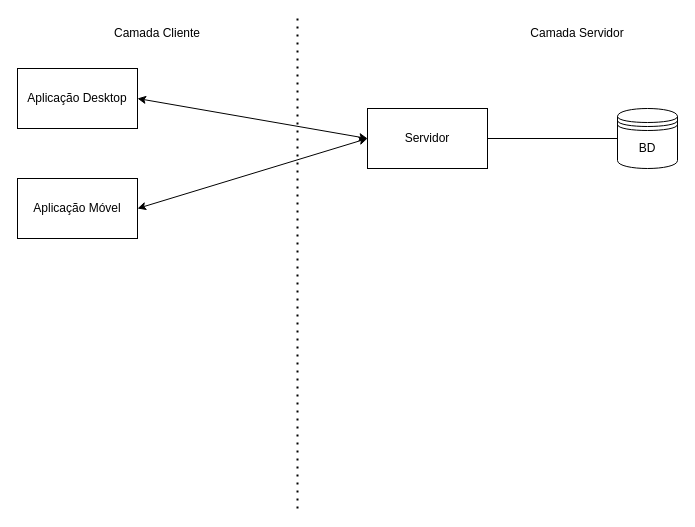
sanychiquetti/mba-qualidade-software keeps this draw.io diagram as Diagrama sem nome.drawio. Above is the earlier version. Source tidied: cells renumbered, new cells numbered last; positions are measured from the earlier drawing's top-left corner, leaving out a move shared by most shapes. Both pictures are drawn from the tidied source at 100%, with x=0, y=0 at pixel (17, 18).
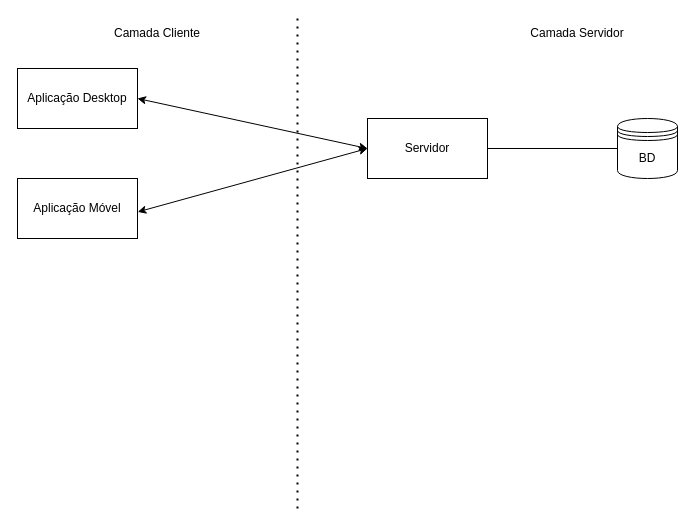
The same diagram, later.

Change to the diagram source:
```diff
@@
 <mxGraphModel>
   <root>
     <mxCell id="0" />
     <mxCell id="1" parent="0" />
     <mxCell id="2" style="endArrow=none;dashed=1;html=1;dashPattern=1 3;strokeWidth=2;rounded=0;" parent="1" edge="1">
       <mxGeometry relative="1" as="geometry">
         <mxPoint x="280" y="490" as="sourcePoint" />
         <mxPoint x="280" as="targetPoint" />
       </mxGeometry>
     </mxCell>
     <mxCell id="3" value="Camada Cliente&lt;br&gt;" style="text;html=1;strokeColor=none;fillColor=none;align=center;verticalAlign=middle;whiteSpace=wrap;rounded=0;" parent="1" vertex="1">
       <mxGeometry x="90" width="100" height="30" as="geometry" />
     </mxCell>
     <mxCell id="4" value="Camada Servidor&lt;br&gt;" style="text;html=1;strokeColor=none;fillColor=none;align=center;verticalAlign=middle;whiteSpace=wrap;rounded=0;" parent="1" vertex="1">
       <mxGeometry x="500" width="120" height="30" as="geometry" />
     </mxCell>
     <mxCell id="5" value="Aplicação Desktop&lt;br&gt;" style="rounded=0;whiteSpace=wrap;html=1;" parent="1" vertex="1">
       <mxGeometry y="50" width="120" height="60" as="geometry" />
     </mxCell>
     <mxCell id="6" value="Aplicação Móvel&lt;br&gt;" style="rounded=0;whiteSpace=wrap;html=1;" parent="1" vertex="1">
       <mxGeometry y="160" width="120" height="60" as="geometry" />
     </mxCell>
     <mxCell id="7" value="Servidor&lt;br&gt;" style="rounded=0;whiteSpace=wrap;html=1;" parent="1" vertex="1">
-      <mxGeometry x="350" y="90" width="120" height="60" as="geometry" />
+      <mxGeometry x="350" y="100" width="120" height="60" as="geometry" />
     </mxCell>
     <mxCell id="8" value="BD&lt;br&gt;" style="shape=datastore;whiteSpace=wrap;html=1;" parent="1" vertex="1">
-      <mxGeometry x="600" y="90" width="60" height="60" as="geometry" />
+      <mxGeometry x="600" y="100" width="60" height="60" as="geometry" />
     </mxCell>
     <mxCell id="9" style="endArrow=classic;startArrow=classic;html=1;rounded=0;entryX=1;entryY=0.5;entryDx=0;entryDy=0;exitX=0;exitY=0.5;exitDx=0;exitDy=0;" parent="1" edge="1" source="7" target="5">
       <mxGeometry relative="1" as="geometry" />
     </mxCell>
-    <mxCell id="10" style="endArrow=classic;startArrow=classic;html=1;rounded=0;exitX=1;exitY=0.5;exitDx=0;exitDy=0;" parent="1" edge="1" source="6">
-      <mxGeometry relative="1" as="geometry">
-        <mxPoint x="350" y="120" as="targetPoint" />
-      </mxGeometry>
-    </mxCell>
-    <mxCell id="11" style="endArrow=none;html=1;rounded=0;exitX=0;exitY=0.5;exitDx=0;exitDy=0;" parent="1" edge="1" source="8">
-      <mxGeometry relative="1" as="geometry">
-        <mxPoint x="470" y="120" as="targetPoint" />
-      </mxGeometry>
+    <mxCell id="11" style="endArrow=none;html=1;rounded=0;exitX=0;exitY=0.5;exitDx=0;exitDy=0;entryX=1;entryY=0.5;entryDx=0;entryDy=0;" parent="1" edge="1" source="8" target="7">
+      <mxGeometry relative="1" as="geometry" />
     </mxCell>
+    <mxCell id="12" style="endArrow=classic;startArrow=classic;html=1;rounded=0;exitX=1.002;exitY=0.557;exitDx=0;exitDy=0;exitPerimeter=0;" parent="1" edge="1" source="6">
+      <mxGeometry relative="1" as="geometry">
+        <mxPoint x="350" y="130" as="targetPoint" />
+      </mxGeometry>
+    </mxCell>
   </root>
 </mxGraphModel>
```
